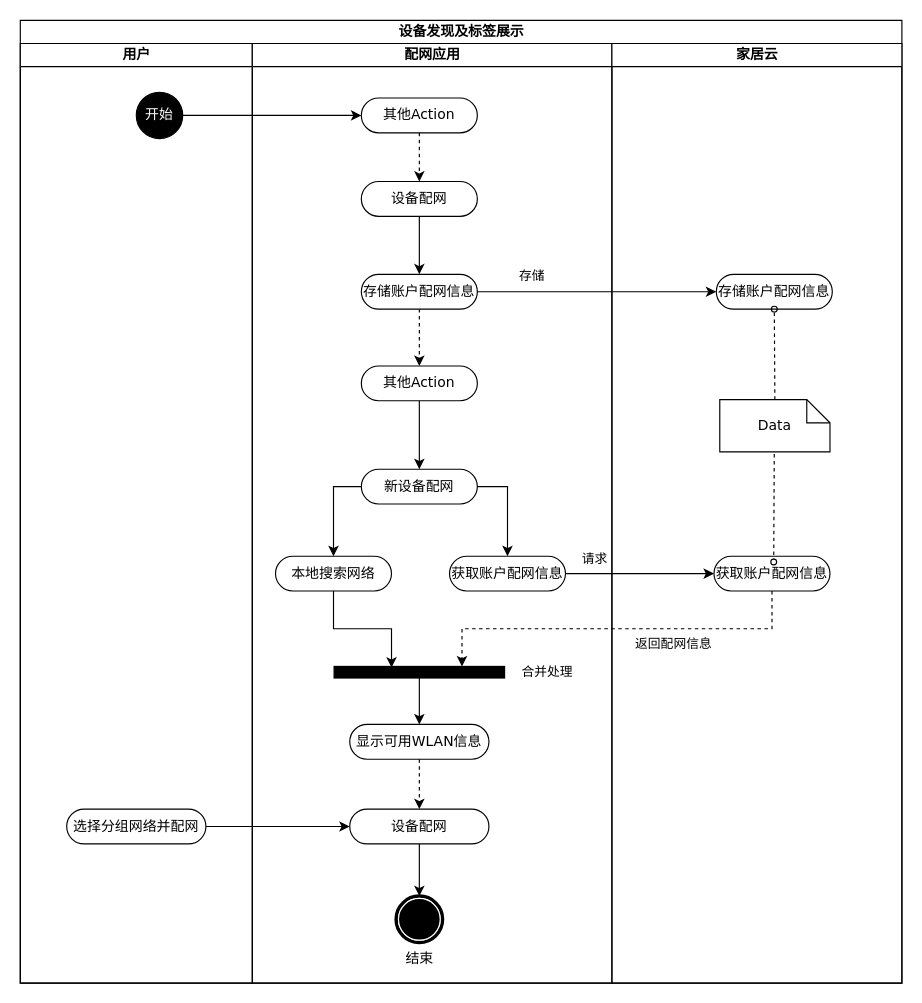
The draw.io diagram draw/智能家居配网场景设备发现与标签展示.drawio in befairyliu/draw.io, before the edit. Source tidied: cells renumbered, new cells numbered last; positions are measured from the earlier drawing's top-left corner, leaving out a move shared by most shapes. Both pictures are drawn from the tidied source at 116%, with x=0, y=0 at pixel (20, 20).
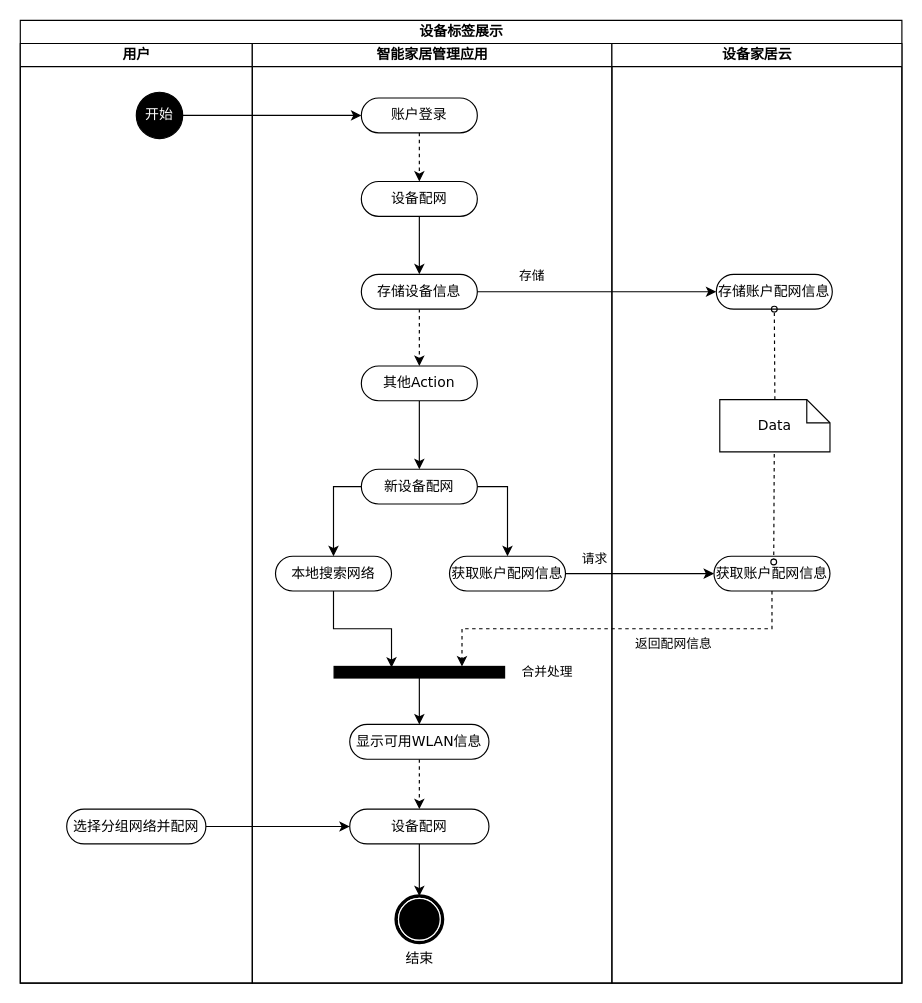
Above is the later version.

Commit message (it also covers changes not shown here):
Update 智能家居配网场景设备发现与标签展示.drawio

What changed in the source:
```diff
@@
-    <mxCell id="2" value="设备发现及标签展示" style="swimlane;html=1;startSize=20;rounded=0;shadow=0;comic=0;labelBackgroundColor=none;strokeWidth=1;fontFamily=Verdana;fontSize=12;align=center;" parent="1" vertex="1">
+    <mxCell id="2" value="设备标签展示" style="swimlane;html=1;startSize=20;rounded=0;shadow=0;comic=0;labelBackgroundColor=none;strokeWidth=1;fontFamily=Verdana;fontSize=12;align=center;" parent="1" vertex="1">
       <mxGeometry width="760" height="830" as="geometry" />
     </mxCell>
@@
-    <mxCell id="6" value="配网应用" style="swimlane;html=1;startSize=20;" parent="2" vertex="1">
+    <mxCell id="6" value="智能家居管理应用" style="swimlane;html=1;startSize=20;" parent="2" vertex="1">
       <mxGeometry x="200" y="20" width="310" height="810" as="geometry" />
     </mxCell>
@@
-    <mxCell id="8" value="存储账户配网信息" style="rounded=1;whiteSpace=wrap;html=1;shadow=0;comic=0;labelBackgroundColor=none;strokeWidth=1;fontFamily=Verdana;fontSize=12;align=center;arcSize=50;" parent="6" vertex="1">
+    <mxCell id="8" value="存储设备信息" style="rounded=1;whiteSpace=wrap;html=1;shadow=0;comic=0;labelBackgroundColor=none;strokeWidth=1;fontFamily=Verdana;fontSize=12;align=center;arcSize=50;" parent="6" vertex="1">
       <mxGeometry x="94" y="199" width="100" height="30" as="geometry" />
     </mxCell>
@@
-    <mxCell id="12" value="其他Action" style="rounded=1;whiteSpace=wrap;html=1;shadow=0;comic=0;labelBackgroundColor=none;strokeWidth=1;fontFamily=Verdana;fontSize=12;align=center;arcSize=50;" parent="6" vertex="1">
+    <mxCell id="12" value="账户登录" style="rounded=1;whiteSpace=wrap;html=1;shadow=0;comic=0;labelBackgroundColor=none;strokeWidth=1;fontFamily=Verdana;fontSize=12;align=center;arcSize=50;" parent="6" vertex="1">
       <mxGeometry x="94" y="47" width="100" height="30" as="geometry" />
     </mxCell>
@@
-    <mxCell id="30" value="家居云" style="swimlane;html=1;startSize=20;" parent="2" vertex="1">
+    <mxCell id="30" value="设备家居云" style="swimlane;html=1;startSize=20;" parent="2" vertex="1">
       <mxGeometry x="510" y="20" width="250" height="810" as="geometry" />
     </mxCell>
```
